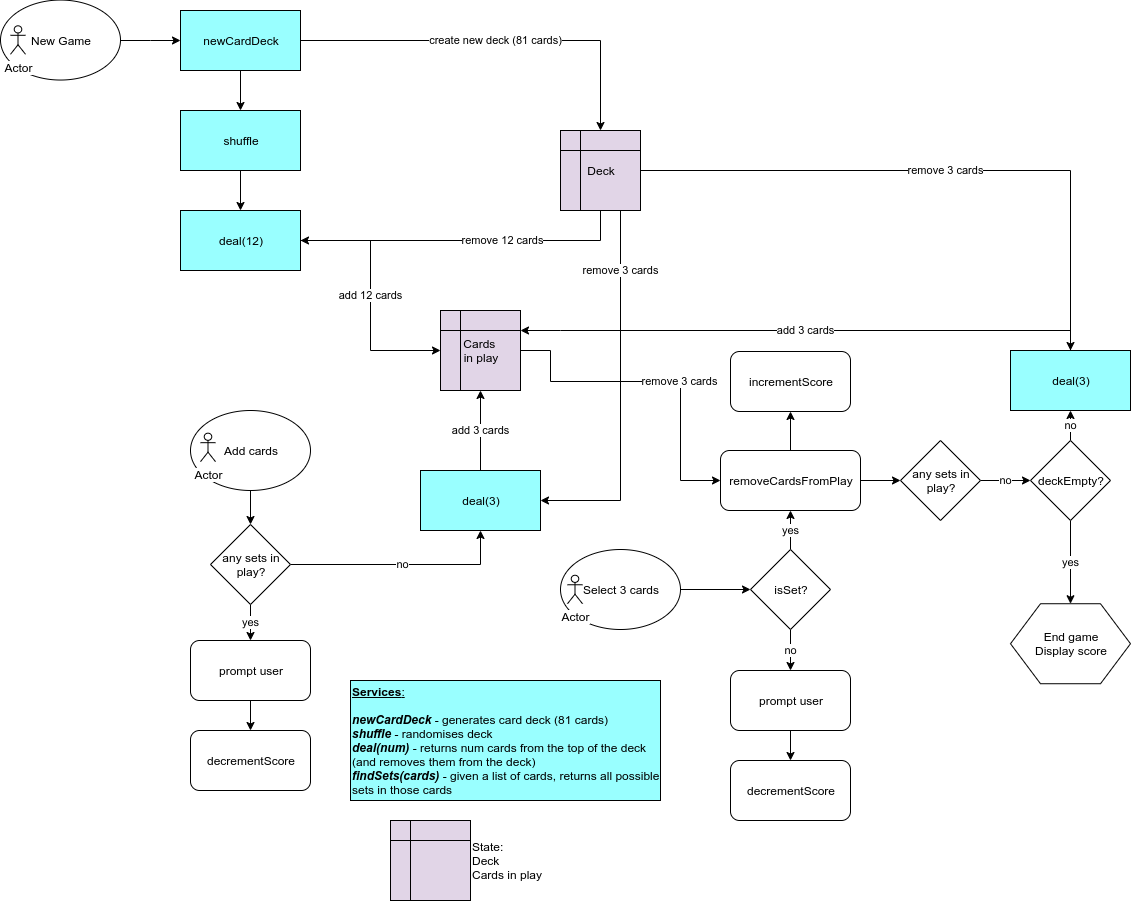
janel-developer/sets-game keeps this draw.io diagram as img/user-flows.png. Above is the earlier version. Source tidied: cells renumbered, new cells last; positions are measured from the earlier drawing's top-left corner, leaving out a move shared by most shapes.
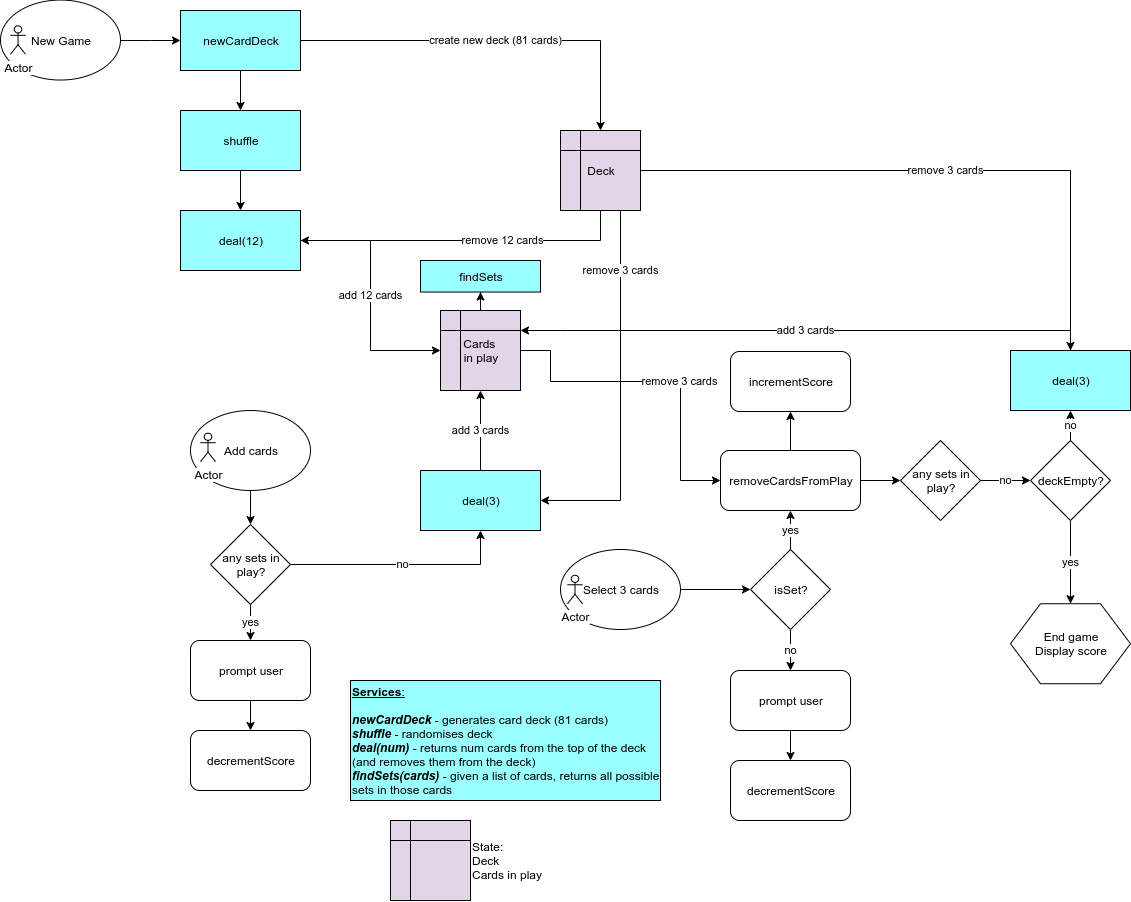
The same file after the commit.

Commit message:
updated user-flows to show findSets

The edit, as a diff of the source:
```diff
@@ -150,6 +150,9 @@
     <mxCell id="45" value="Deck" style="shape=internalStorage;whiteSpace=wrap;html=1;backgroundOutline=1;fillColor=#E1D5E7;" parent="1" vertex="1">
       <mxGeometry x="560" y="130" width="80" height="80" as="geometry" />
     </mxCell>
+    <mxCell id="52" style="edgeStyle=orthogonalEdgeStyle;rounded=0;jettySize=auto;html=1;startArrow=none;startFill=0;endArrow=classic;endFill=1;" parent="1" edge="1" source="46" target="53">
+      <mxGeometry relative="1" as="geometry" />
+    </mxCell>
     <mxCell id="46" value="Cards &lt;br&gt;in play" style="shape=internalStorage;whiteSpace=wrap;html=1;backgroundOutline=1;fillColor=#E1D5E7;" parent="1" vertex="1">
       <mxGeometry x="440" y="310" width="80" height="80" as="geometry" />
     </mxCell>
@@ -168,5 +171,8 @@
     <mxCell id="51" value="State:&lt;br&gt;Deck&lt;br&gt;Cards in play" style="shape=internalStorage;whiteSpace=wrap;html=1;backgroundOutline=1;fillColor=#E1D5E7;align=left;labelPosition=right;verticalLabelPosition=middle;verticalAlign=middle;" parent="1" vertex="1">
       <mxGeometry x="390" y="820" width="80" height="80" as="geometry" />
     </mxCell>
+    <mxCell id="53" value="findSets" style="rounded=0;whiteSpace=wrap;html=1;fillColor=#99FFFF;" parent="1" vertex="1">
+      <mxGeometry x="420" y="260" width="120" height="31.5" as="geometry" />
+    </mxCell>
   </root>
 </mxGraphModel>
```
